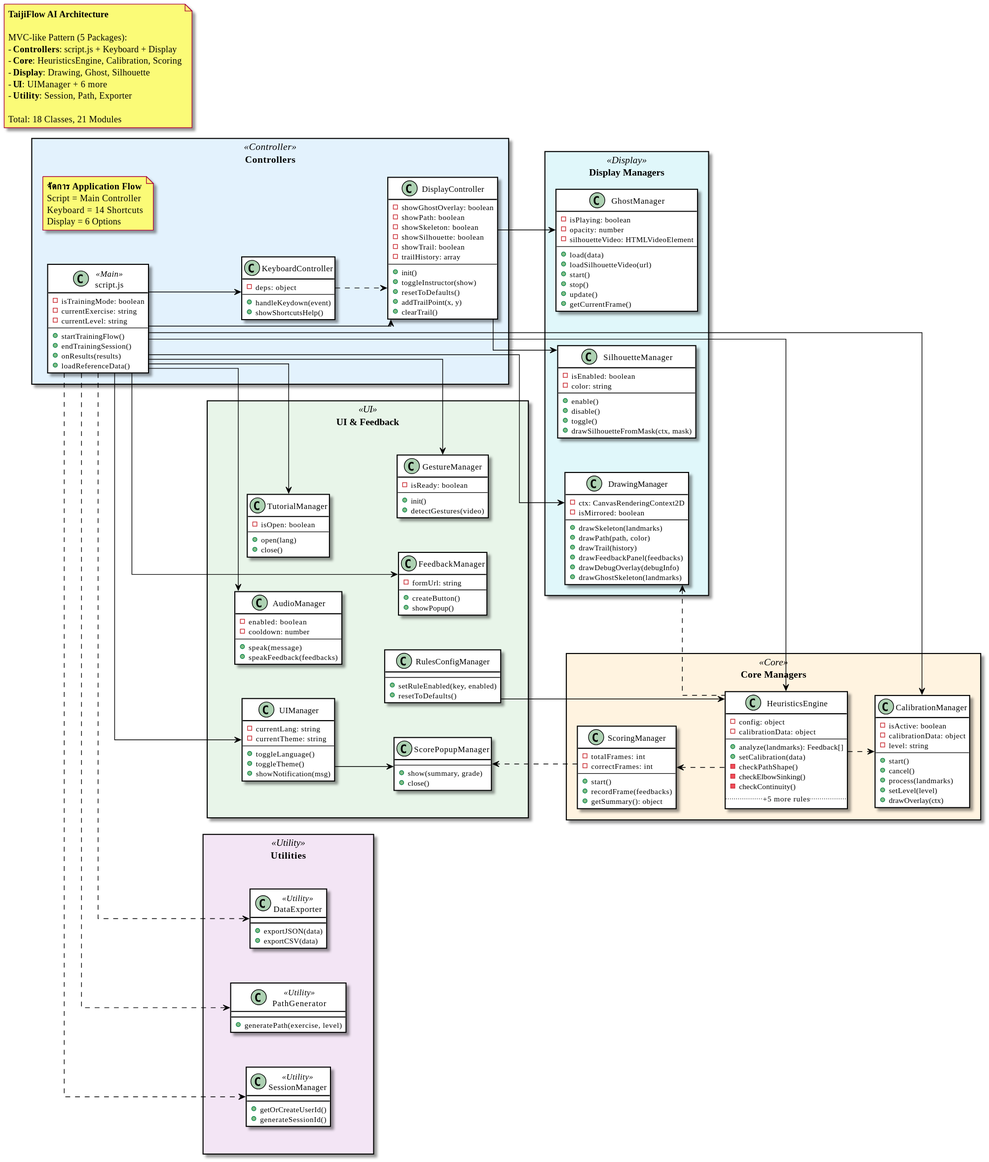
vyut/TaijiFlow keeps this PlantUML diagram as out/docs/diagrams/ClassDiagram/TaijiFlow_Class_Diagram.svg. Above is the earlier version. Its diagram source:
```plantuml
@startuml TaijiFlow_Class_Diagram

skinparam defaultFontName "sarabun"
skinparam packageStyle rectangle

left to right direction
skinparam linetype ortho
skinparam nodesep 50
skinparam ranksep 40

skinparam class {
    BackgroundColor White
    BorderColor Black
    ArrowColor Black
}
skinparam package {
    BackgroundColor<<Controller>> #E3F2FD
    BackgroundColor<<Core>> #FFF3E0
    BackgroundColor<<Display>> #E0F7FA
    BackgroundColor<<UI>> #E8F5E9
    BackgroundColor<<Utility>> #F3E5F5
}


package "Controllers" <<Controller>> {
    class "script.js" as Script <<Main>> {
        - isTrainingMode: boolean
        - currentExercise: string
        - currentLevel: string
        --
        + startTrainingFlow()
        + endTrainingSession()
        + onResults(results)
        + loadReferenceData()
    }

    class KeyboardController {
        - deps: object
        --
        + handleKeydown(event)
        + showShortcutsHelp()
    }

    class DisplayController {
        - showGhostOverlay: boolean
        - showPath: boolean
        - showSkeleton: boolean
        - showSilhouette: boolean
        - showTrail: boolean
        - trailHistory: array
        --
        + init()
        + toggleInstructor(show)
        + resetToDefaults()
        + addTrailPoint(x, y)
        + clearTrail()
    }

    note as NC
        **จัดการ Application Flow**
        Script = Main Controller
        Keyboard = 14 Shortcuts
        Display = 6 Options
    end note
}


package "Core Managers" <<Core>> {
    class HeuristicsEngine {
        - config: object
        - calibrationData: object
        --
        + analyze(landmarks): Feedback[]
        + setCalibration(data)
        - checkPathShape()
        - checkElbowSinking()
        - checkContinuity()
        .. +5 more rules ..
    }

    class CalibrationManager {
        - isActive: boolean
        - calibrationData: object
        - level: string
        --
        + start()
        + cancel()
        + process(landmarks)
        + setLevel(level)
        + drawOverlay(ctx)
    }

    class ScoringManager {
        - totalFrames: int
        - correctFrames: int
        --
        + start()
        + recordFrame(feedbacks)
        + getSummary(): object
    }
}


package "Display Managers" <<Display>> {
    class DrawingManager {
        - ctx: CanvasRenderingContext2D
        - isMirrored: boolean
        --
        + drawSkeleton(landmarks)
        + drawPath(path, color)
        + drawTrail(history)
        + drawFeedbackPanel(feedbacks)
        + drawDebugOverlay(debugInfo)
        + drawGhostSkeleton(landmarks)
    }

    class GhostManager {
        - isPlaying: boolean
        - opacity: number
        - silhouetteVideo: HTMLVideoElement
        --
        + load(data)
        + loadSilhouetteVideo(url)
        + start()
        + stop()
        + update()
        + getCurrentFrame()
    }

    class SilhouetteManager {
        - isEnabled: boolean
        - color: string
        --
        + enable()
        + disable()
        + toggle()
        + drawSilhouetteFromMask(ctx, mask)
    }

    DrawingManager -[hidden]right- GhostManager
    GhostManager -[hidden]right- SilhouetteManager
}


package "UI & Feedback" <<UI>> {
    together {
        class UIManager {
            - currentLang: string
            - currentTheme: string
            --
            + toggleLanguage()
            + toggleTheme()
            + showNotification(msg)
        }

        class AudioManager {
            - enabled: boolean
            - cooldown: number
            --
            + speak(message)
            + speakFeedback(feedbacks)
        }

        class TutorialManager {
            - isOpen: boolean
            --
            + open(lang)
            + close()
        }

        class ScorePopupManager {
            --
            + show(summary, grade)
            + close()
        }

        class RulesConfigManager {
            --
            + setRuleEnabled(key, enabled)
            + resetToDefaults()
        }

        class GestureManager {
            - isReady: boolean
            --
            + init()
            + detectGestures(video)
        }

        class FeedbackManager {
            - formUrl: string
            --
            + createButton()
            + showPopup()
        }
    }

    UIManager -[hidden]right- AudioManager
    AudioManager -[hidden]right- TutorialManager
    TutorialManager -[hidden]right- ScorePopupManager
    ScorePopupManager -[hidden]right- RulesConfigManager
    RulesConfigManager -[hidden]right- GestureManager
    GestureManager -[hidden]right- FeedbackManager
}


package "Utilities" <<Utility>> {
    together {
        class SessionManager <<Utility>> {
            + getOrCreateUserId()
            + generateSessionId()
        }

        class PathGenerator <<Utility>> {
            + generatePath(exercise, level)
        }

        class DataExporter <<Utility>> {
            + exportJSON(data)
            + exportCSV(data)
        }
    }

    SessionManager -[hidden]right- PathGenerator
    PathGenerator -[hidden]right- DataExporter
}


Script --> KeyboardController
Script --> DisplayController
Script --> HeuristicsEngine
Script --> CalibrationManager
Script --> DrawingManager
Script --> UIManager
Script --> AudioManager
Script --> TutorialManager
Script --> GestureManager

DisplayController --> GhostManager
DisplayController --> SilhouetteManager
KeyboardController ..> DisplayController

HeuristicsEngine ..> CalibrationManager
ScoringManager <.. HeuristicsEngine
DrawingManager <.. HeuristicsEngine

UIManager --> ScorePopupManager
ScoringManager .[norank].> ScorePopupManager
Script --> FeedbackManager
RulesConfigManager --> HeuristicsEngine

Script ..> SessionManager
Script ..> PathGenerator
Script ..> DataExporter


note as N1
    **TaijiFlow AI Architecture**

    MVC-like Pattern (5 Packages):
    - **Controllers**: script.js + Keyboard + Display
    - **Core**: HeuristicsEngine, Calibration, Scoring
    - **Display**: Drawing, Ghost, Silhouette
    - **UI**: UIManager + 6 more
    - **Utility**: Session, Path, Exporter

    Total: 18 Classes, 21 Modules
end note

@enduml
```
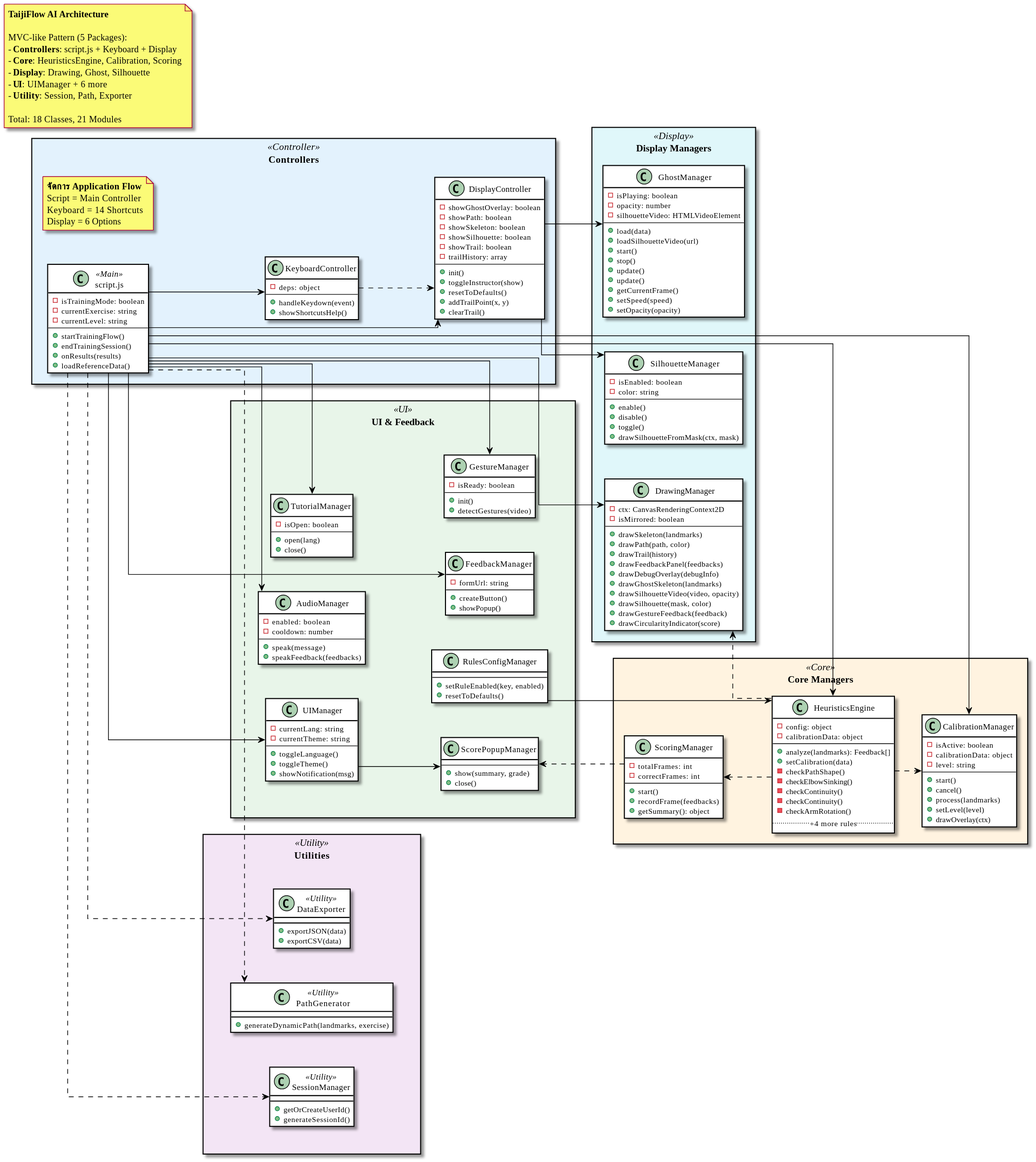
Above is the later version.

What changed in the source:
```diff
@@ -75,7 +75,9 @@
         - checkPathShape()
         - checkElbowSinking()
         - checkContinuity()
-        .. +5 more rules ..
+        - checkContinuity()
+        - checkArmRotation()
+        .. +4 more rules ..
     }
 
     class CalibrationManager {
@@ -112,6 +114,10 @@
         + drawFeedbackPanel(feedbacks)
         + drawDebugOverlay(debugInfo)
         + drawGhostSkeleton(landmarks)
+        + drawSilhouetteVideo(video, opacity)
+        + drawSilhouette(mask, color)
+        + drawGestureFeedback(feedback)
+        + drawCircularityIndicator(score)
     }
 
     class GhostManager {
@@ -124,7 +130,10 @@
         + start()
         + stop()
         + update()
+        + update()
         + getCurrentFrame()
+        + setSpeed(speed)
+        + setOpacity(opacity)
     }
 
     class SilhouetteManager {
@@ -212,7 +221,7 @@
         }
 
         class PathGenerator <<Utility>> {
-            + generatePath(exercise, level)
+            + generateDynamicPath(landmarks, exercise)
         }
 
         class DataExporter <<Utility>> {
```
